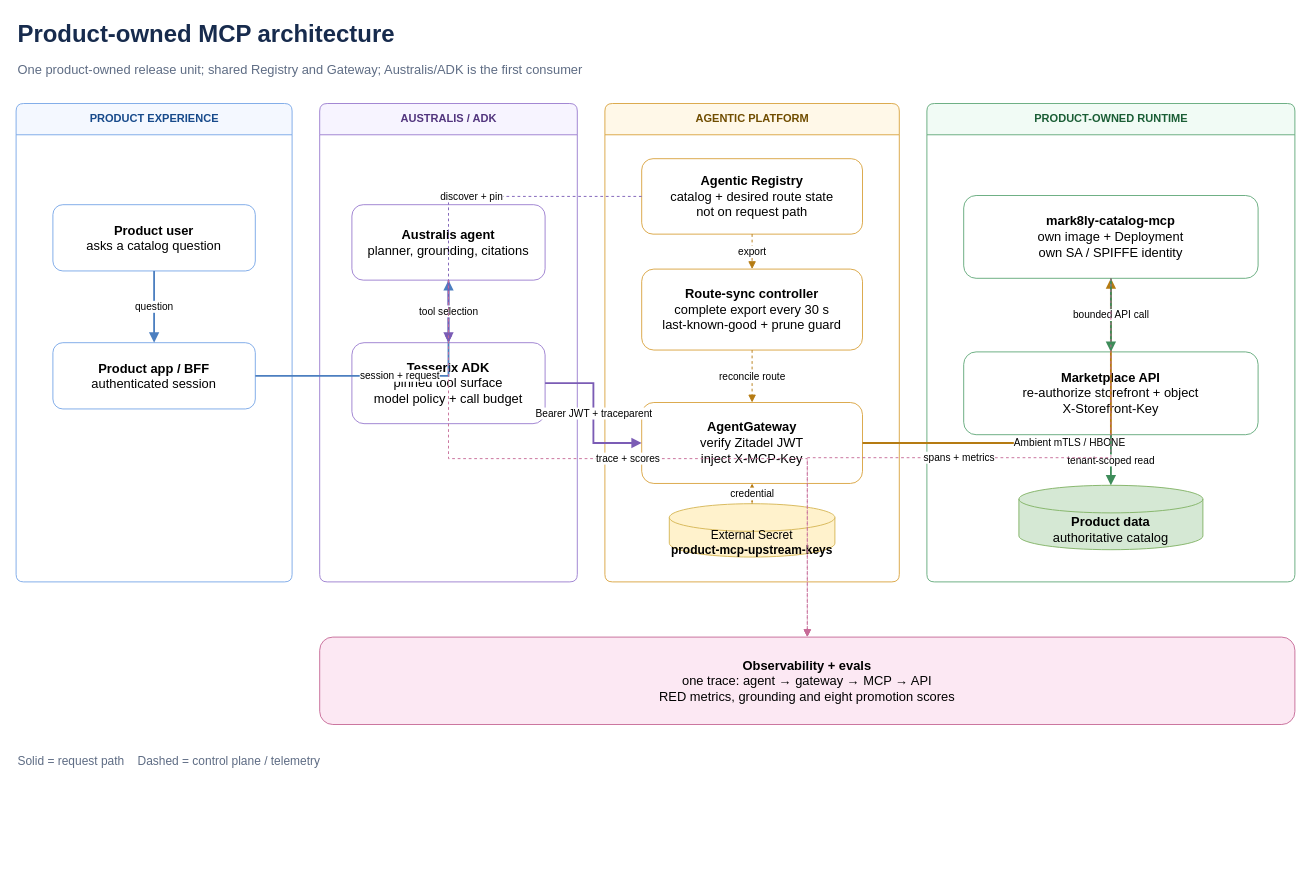
Above: page "1 - Product architecture" (1 of 4) of docs/diagrams/product-mcp-lifecycle.drawio in tesserix/australis (draw.io), before the change. Source tidied: cells renumbered, new cells numbered last; positions are measured from the earlier drawing's top-left corner, leaving out a move shared by most shapes. Both pictures are drawn from the tidied source at 92%, with x=0, y=0 at pixel (16, 16).
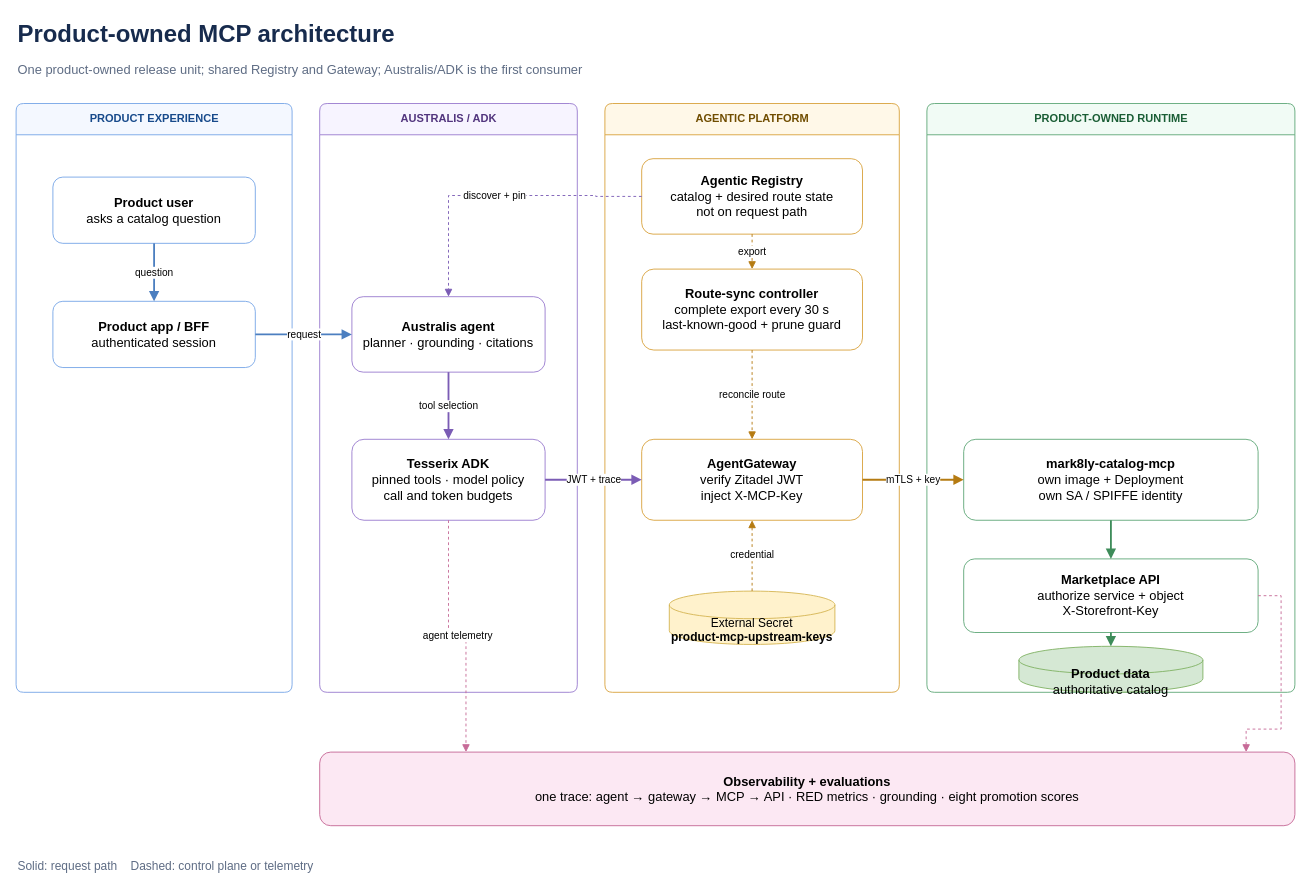
The same page after the edit.

Unchanged cells that the change refers to:
```xml
<mxCell id="12" value="&lt;b&gt;Agentic Registry&lt;/b&gt;&lt;br&gt;catalog + desired route state&lt;br&gt;not on request path" style="rounded=1;whiteSpace=wrap;html=1;fillColor=#FFFFFF;strokeColor=#D9A441;fontSize=14;" parent="1" vertex="1">
  <mxGeometry x="680" y="155" width="240" height="82" as="geometry" />
</mxCell>
```

Change to the diagram source:
```diff
@@
     <mxCell id="4" value="PRODUCT EXPERIENCE" style="swimlane;html=1;horizontal=1;startSize=34;rounded=1;arcSize=8;fillColor=#F4F8FF;strokeColor=#7AA7E8;fontColor=#174A8B;fontStyle=1;" parent="1" vertex="1">
-      <mxGeometry y="95" width="300" height="520" as="geometry" />
+      <mxGeometry y="95" width="300" height="640" as="geometry" />
     </mxCell>
     <mxCell id="5" value="AUSTRALIS / ADK" style="swimlane;html=1;horizontal=1;startSize=34;rounded=1;arcSize=8;fillColor=#F7F4FF;strokeColor=#9B7ED0;fontColor=#52357E;fontStyle=1;" parent="1" vertex="1">
-      <mxGeometry x="330" y="95" width="280" height="520" as="geometry" />
+      <mxGeometry x="330" y="95" width="280" height="640" as="geometry" />
     </mxCell>
     <mxCell id="6" value="AGENTIC PLATFORM" style="swimlane;html=1;horizontal=1;startSize=34;rounded=1;arcSize=8;fillColor=#FFF8E8;strokeColor=#D9A441;fontColor=#704D00;fontStyle=1;" parent="1" vertex="1">
-      <mxGeometry x="640" y="95" width="320" height="520" as="geometry" />
+      <mxGeometry x="640" y="95" width="320" height="640" as="geometry" />
     </mxCell>
     <mxCell id="7" value="PRODUCT-OWNED RUNTIME" style="swimlane;html=1;horizontal=1;startSize=34;rounded=1;arcSize=8;fillColor=#F1FBF5;strokeColor=#63A97B;fontColor=#1B5E36;fontStyle=1;" parent="1" vertex="1">
-      <mxGeometry x="990" y="95" width="400" height="520" as="geometry" />
+      <mxGeometry x="990" y="95" width="400" height="640" as="geometry" />
     </mxCell>
     <mxCell id="8" value="&lt;b&gt;Product user&lt;/b&gt;&lt;br&gt;asks a catalog question" style="rounded=1;whiteSpace=wrap;html=1;fillColor=#FFFFFF;strokeColor=#7AA7E8;fontSize=14;" parent="1" vertex="1">
-      <mxGeometry x="40" y="205" width="220" height="72" as="geometry" />
+      <mxGeometry x="40" y="175" width="220" height="72" as="geometry" />
     </mxCell>
     <mxCell id="9" value="&lt;b&gt;Product app / BFF&lt;/b&gt;&lt;br&gt;authenticated session" style="rounded=1;whiteSpace=wrap;html=1;fillColor=#FFFFFF;strokeColor=#7AA7E8;fontSize=14;" parent="1" vertex="1">
-      <mxGeometry x="40" y="355" width="220" height="72" as="geometry" />
+      <mxGeometry x="40" y="310" width="220" height="72" as="geometry" />
     </mxCell>
-    <mxCell id="10" value="&lt;b&gt;Australis agent&lt;/b&gt;&lt;br&gt;planner, grounding, citations" style="rounded=1;whiteSpace=wrap;html=1;fillColor=#FFFFFF;strokeColor=#9B7ED0;fontSize=14;" parent="1" vertex="1">
-      <mxGeometry x="365" y="205" width="210" height="82" as="geometry" />
+    <mxCell id="10" value="&lt;b&gt;Australis agent&lt;/b&gt;&lt;br&gt;planner · grounding · citations" style="rounded=1;whiteSpace=wrap;html=1;fillColor=#FFFFFF;strokeColor=#9B7ED0;fontSize=14;" parent="1" vertex="1">
+      <mxGeometry x="365" y="305" width="210" height="82" as="geometry" />
     </mxCell>
-    <mxCell id="11" value="&lt;b&gt;Tesserix ADK&lt;/b&gt;&lt;br&gt;pinned tool surface&lt;br&gt;model policy + call budget" style="rounded=1;whiteSpace=wrap;html=1;fillColor=#FFFFFF;strokeColor=#9B7ED0;fontSize=14;" parent="1" vertex="1">
-      <mxGeometry x="365" y="355" width="210" height="88" as="geometry" />
+    <mxCell id="11" value="&lt;b&gt;Tesserix ADK&lt;/b&gt;&lt;br&gt;pinned tools · model policy&lt;br&gt;call and token budgets" style="rounded=1;whiteSpace=wrap;html=1;fillColor=#FFFFFF;strokeColor=#9B7ED0;fontSize=14;" parent="1" vertex="1">
+      <mxGeometry x="365" y="460" width="210" height="88" as="geometry" />
     </mxCell>
@@
     <mxCell id="14" value="&lt;b&gt;AgentGateway&lt;/b&gt;&lt;br&gt;verify Zitadel JWT&lt;br&gt;inject X-MCP-Key" style="rounded=1;whiteSpace=wrap;html=1;fillColor=#FFFFFF;strokeColor=#D9A441;fontSize=14;" parent="1" vertex="1">
-      <mxGeometry x="680" y="420" width="240" height="88" as="geometry" />
+      <mxGeometry x="680" y="460" width="240" height="88" as="geometry" />
     </mxCell>
     <mxCell id="15" value="External Secret&lt;br&gt;&lt;b&gt;product-mcp-upstream-keys&lt;/b&gt;" style="shape=cylinder3;whiteSpace=wrap;html=1;boundedLbl=1;backgroundOutline=1;fillColor=#FFF2CC;strokeColor=#D6B656;fontSize=13;" parent="1" vertex="1">
-      <mxGeometry x="710" y="530" width="180" height="58" as="geometry" />
+      <mxGeometry x="710" y="625" width="180" height="58" as="geometry" />
     </mxCell>
     <mxCell id="16" value="&lt;b&gt;mark8ly-catalog-mcp&lt;/b&gt;&lt;br&gt;own image + Deployment&lt;br&gt;own SA / SPIFFE identity" style="rounded=1;whiteSpace=wrap;html=1;fillColor=#FFFFFF;strokeColor=#63A97B;fontSize=14;" parent="1" vertex="1">
-      <mxGeometry x="1030" y="195" width="320" height="90" as="geometry" />
+      <mxGeometry x="1030" y="460" width="320" height="88" as="geometry" />
     </mxCell>
-    <mxCell id="17" value="&lt;b&gt;Marketplace API&lt;/b&gt;&lt;br&gt;re-authorize storefront + object&lt;br&gt;X-Storefront-Key" style="rounded=1;whiteSpace=wrap;html=1;fillColor=#FFFFFF;strokeColor=#63A97B;fontSize=14;" parent="1" vertex="1">
-      <mxGeometry x="1030" y="365" width="320" height="90" as="geometry" />
+    <mxCell id="17" value="&lt;b&gt;Marketplace API&lt;/b&gt;&lt;br&gt;authorize service + object&lt;br&gt;X-Storefront-Key" style="rounded=1;whiteSpace=wrap;html=1;fillColor=#FFFFFF;strokeColor=#63A97B;fontSize=14;" parent="1" vertex="1">
+      <mxGeometry x="1030" y="590" width="320" height="80" as="geometry" />
     </mxCell>
     <mxCell id="18" value="&lt;b&gt;Product data&lt;/b&gt;&lt;br&gt;authoritative catalog" style="shape=cylinder3;whiteSpace=wrap;html=1;boundedLbl=1;backgroundOutline=1;fillColor=#D5E8D4;strokeColor=#82B366;fontSize=14;" parent="1" vertex="1">
-      <mxGeometry x="1090" y="510" width="200" height="70" as="geometry" />
+      <mxGeometry x="1090" y="685" width="200" height="50" as="geometry" />
     </mxCell>
-    <mxCell id="19" value="&lt;b&gt;Observability + evals&lt;/b&gt;&lt;br&gt;one trace: agent → gateway → MCP → API&lt;br&gt;RED metrics, grounding and eight promotion scores" style="rounded=1;whiteSpace=wrap;html=1;fillColor=#FCE8F3;strokeColor=#C76B98;fontSize=14;" parent="1" vertex="1">
-      <mxGeometry x="330" y="675" width="1060" height="95" as="geometry" />
+    <mxCell id="19" value="&lt;b&gt;Observability + evaluations&lt;/b&gt;&lt;br&gt;one trace: agent → gateway → MCP → API · RED metrics · grounding · eight promotion scores" style="rounded=1;whiteSpace=wrap;html=1;fillColor=#FCE8F3;strokeColor=#C76B98;fontSize=14;" parent="1" vertex="1">
+      <mxGeometry x="330" y="800" width="1060" height="80" as="geometry" />
     </mxCell>
-    <mxCell id="20" value="Solid = request path    Dashed = control plane / telemetry" style="text;html=1;strokeColor=none;fillColor=none;align=left;fontSize=13;fontColor=#5E6C84;" parent="1" vertex="1">
-      <mxGeometry y="795" width="600" height="25" as="geometry" />
+    <mxCell id="20" value="Solid: request path    Dashed: control plane or telemetry" style="text;html=1;strokeColor=none;fillColor=none;align=left;fontSize=13;fontColor=#5E6C84;" parent="1" vertex="1">
+      <mxGeometry y="910" width="600" height="25" as="geometry" />
     </mxCell>
@@
-    <mxCell id="22" value="session + request" style="edgeStyle=orthogonalEdgeStyle;rounded=0;jettySize=auto;html=1;endArrow=block;strokeWidth=2;strokeColor=#4C7FC0;" parent="1" edge="1" source="9" target="10">
+    <mxCell id="22" value="request" style="edgeStyle=orthogonalEdgeStyle;rounded=0;jettySize=auto;html=1;endArrow=block;strokeWidth=2;strokeColor=#4C7FC0;exitX=1;exitY=0.5;entryX=0;entryY=0.5;" parent="1" edge="1" source="9" target="10">
       <mxGeometry relative="1" as="geometry" />
     </mxCell>
@@
-    <mxCell id="24" value="Bearer JWT + traceparent" style="edgeStyle=orthogonalEdgeStyle;rounded=0;jettySize=auto;html=1;endArrow=block;strokeWidth=2;strokeColor=#7B5CB5;" parent="1" edge="1" source="11" target="14">
+    <mxCell id="24" value="JWT + trace" style="edgeStyle=orthogonalEdgeStyle;rounded=0;jettySize=auto;html=1;endArrow=block;strokeWidth=2;strokeColor=#7B5CB5;exitX=1;exitY=0.5;entryX=0;entryY=0.5;" parent="1" edge="1" source="11" target="14">
       <mxGeometry relative="1" as="geometry" />
     </mxCell>
-    <mxCell id="25" value="Ambient mTLS / HBONE" style="edgeStyle=orthogonalEdgeStyle;rounded=0;jettySize=auto;html=1;endArrow=block;strokeWidth=2;strokeColor=#B57B12;" parent="1" edge="1" source="14" target="16">
+    <mxCell id="25" value="mTLS + key" style="edgeStyle=orthogonalEdgeStyle;rounded=0;jettySize=auto;html=1;endArrow=block;strokeWidth=2;strokeColor=#B57B12;exitX=1;exitY=0.5;entryX=0;entryY=0.5;" parent="1" edge="1" source="14" target="16">
       <mxGeometry relative="1" as="geometry" />
     </mxCell>
-    <mxCell id="26" value="bounded API call" style="edgeStyle=orthogonalEdgeStyle;rounded=0;jettySize=auto;html=1;endArrow=block;strokeWidth=2;strokeColor=#3E8C5A;" parent="1" edge="1" source="16" target="17">
+    <mxCell id="26" style="edgeStyle=orthogonalEdgeStyle;rounded=0;jettySize=auto;html=1;endArrow=block;strokeWidth=2;strokeColor=#3E8C5A;exitX=0.5;exitY=1;entryX=0.5;entryY=0;" parent="1" edge="1" source="16" target="17">
       <mxGeometry relative="1" as="geometry" />
     </mxCell>
-    <mxCell id="27" value="tenant-scoped read" style="edgeStyle=orthogonalEdgeStyle;rounded=0;jettySize=auto;html=1;endArrow=block;strokeWidth=2;strokeColor=#3E8C5A;" parent="1" edge="1" source="17" target="18">
+    <mxCell id="27" style="edgeStyle=orthogonalEdgeStyle;rounded=0;jettySize=auto;html=1;endArrow=block;strokeWidth=2;strokeColor=#3E8C5A;exitX=0.5;exitY=1;entryX=0.5;entryY=0;" parent="1" edge="1" source="17" target="18">
       <mxGeometry relative="1" as="geometry" />
     </mxCell>
@@
-    <mxCell id="30" value="discover + pin" style="edgeStyle=orthogonalEdgeStyle;rounded=0;jettySize=auto;html=1;endArrow=block;dashed=1;strokeColor=#7B5CB5;" parent="1" edge="1" source="12" target="11">
-      <mxGeometry relative="1" as="geometry" />
+    <mxCell id="30" value="discover + pin" style="edgeStyle=orthogonalEdgeStyle;rounded=0;jettySize=auto;html=1;endArrow=block;dashed=1;strokeColor=#7B5CB5;exitX=0;exitY=0.5;entryX=0.5;entryY=0;" parent="1" edge="1" source="12" target="10">
+      <mxGeometry relative="1" as="geometry">
+        <Array as="points">
+          <mxPoint x="630" y="195" />
+          <mxPoint x="470" y="195" />
+        </Array>
+      </mxGeometry>
     </mxCell>
@@
-    <mxCell id="32" value="trace + scores" style="edgeStyle=orthogonalEdgeStyle;rounded=0;jettySize=auto;html=1;endArrow=block;dashed=1;strokeColor=#C76B98;" parent="1" edge="1" source="10" target="19">
+    <mxCell id="32" value="agent telemetry" style="edgeStyle=orthogonalEdgeStyle;rounded=0;jettySize=auto;html=1;endArrow=block;dashed=1;strokeColor=#C76B98;exitX=0.5;exitY=1;entryX=0.15;entryY=0;" parent="1" edge="1" source="11" target="19">
       <mxGeometry relative="1" as="geometry" />
     </mxCell>
-    <mxCell id="33" value="spans + metrics" style="edgeStyle=orthogonalEdgeStyle;rounded=0;jettySize=auto;html=1;endArrow=block;dashed=1;strokeColor=#C76B98;" parent="1" edge="1" source="16" target="19">
-      <mxGeometry relative="1" as="geometry" />
+    <mxCell id="33" style="edgeStyle=orthogonalEdgeStyle;rounded=0;jettySize=auto;html=1;endArrow=block;dashed=1;strokeColor=#C76B98;exitX=1;exitY=0.5;entryX=0.95;entryY=0;" parent="1" edge="1" source="17" target="19">
+      <mxGeometry relative="1" as="geometry">
+        <Array as="points">
+          <mxPoint x="1375" y="630" />
+          <mxPoint x="1375" y="775" />
+        </Array>
+      </mxGeometry>
     </mxCell>
```
